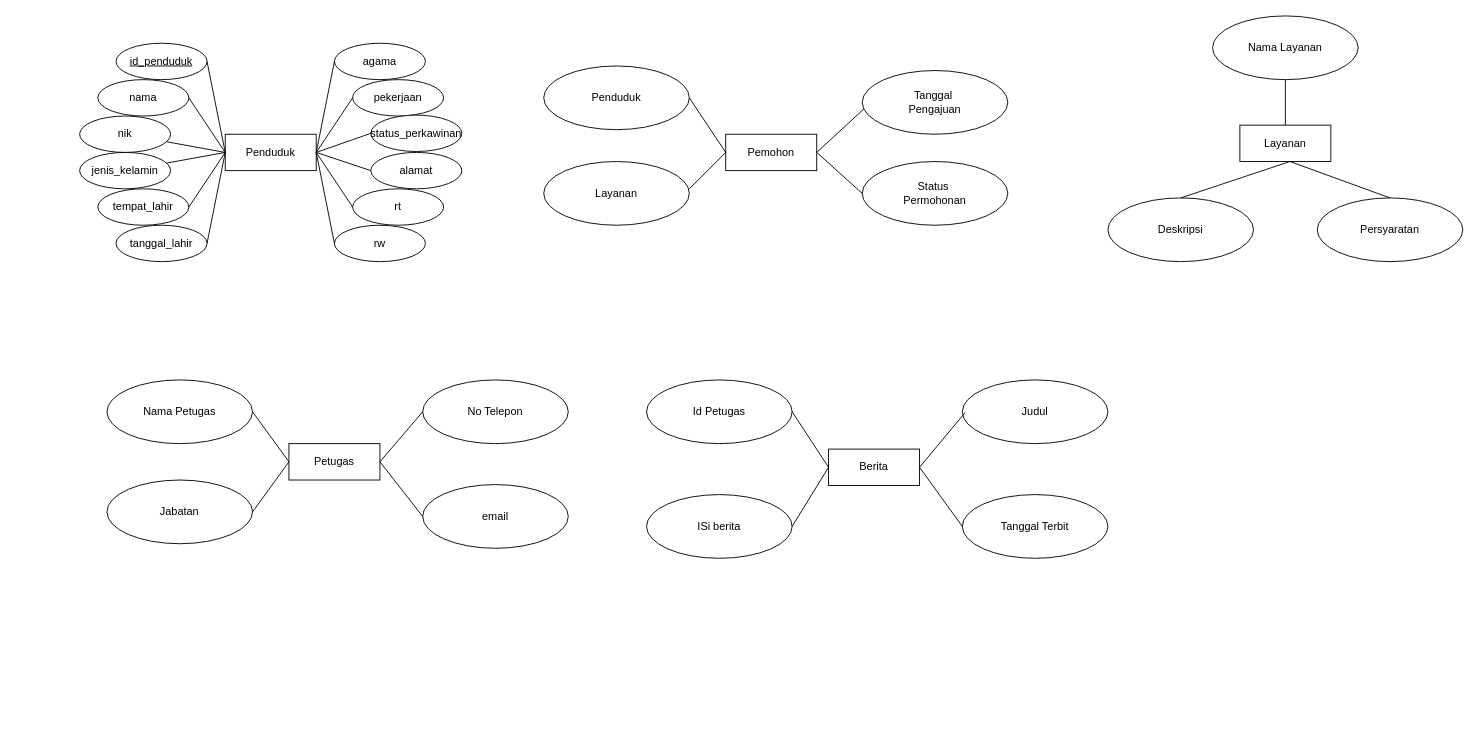
Above: docs/KP-ERD.drawio in SammEccent/Project-KP (draw.io), before the change. Source tidied: cells renumbered, new cells numbered last; positions are measured from the earlier drawing's top-left corner, leaving out a move shared by most shapes. Both pictures are drawn from the tidied source at 91%, with x=0, y=0 at pixel (79, 15).
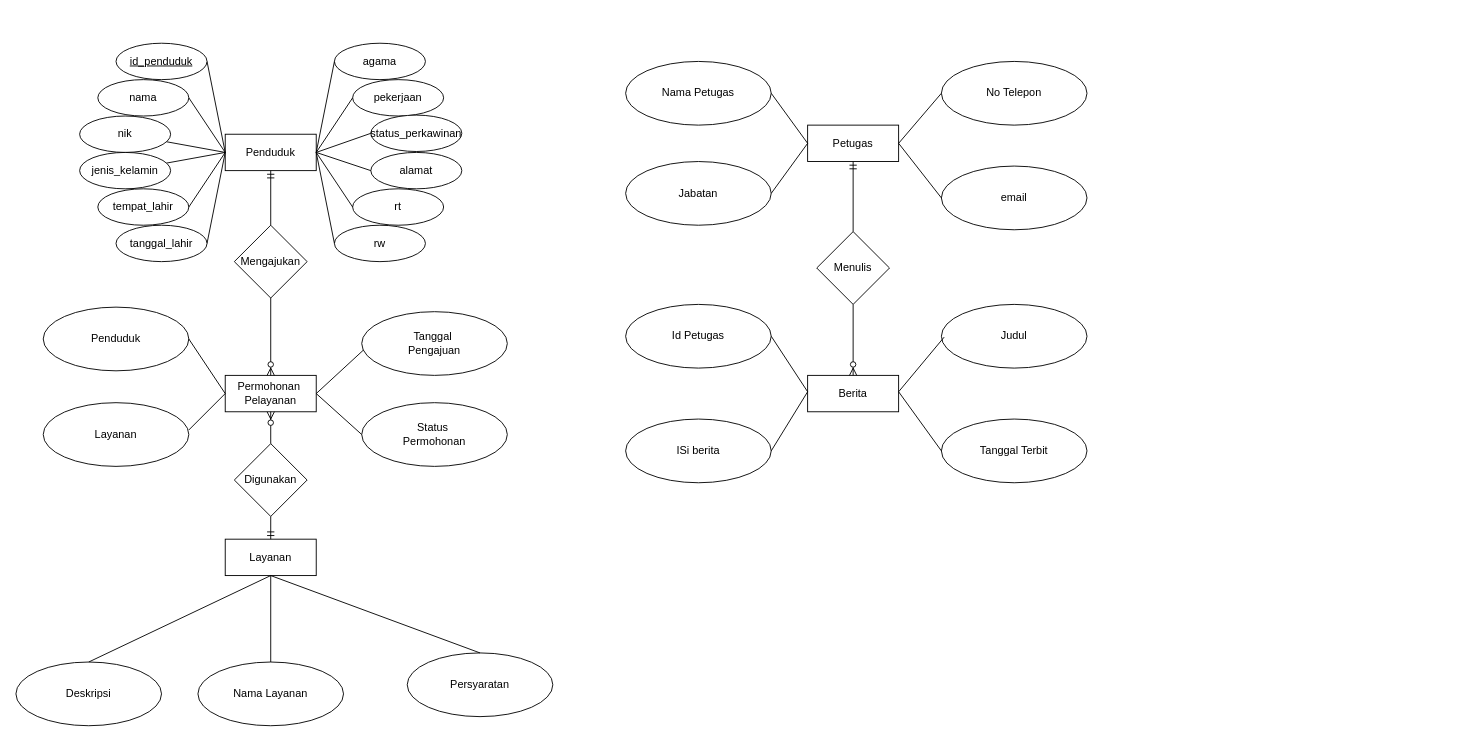
After the change.

Commit message (it also covers changes not shown here):
dwi ngerjain erd

The change refers to these unchanged cells:
```xml
<mxCell id="2" value="Penduduk" style="whiteSpace=wrap;html=1;align=center;" parent="1" vertex="1">
  <mxGeometry x="160" y="130" width="100" height="40" as="geometry" />
</mxCell>
```

The edit, as a diff of the source:
```diff
@@
     <mxCell id="3" value="Layanan" style="whiteSpace=wrap;html=1;align=center;" parent="1" vertex="1">
-      <mxGeometry x="1275" y="120" width="100" height="40" as="geometry" />
+      <mxGeometry x="160" y="575" width="100" height="40" as="geometry" />
     </mxCell>
     <mxCell id="4" value="Petugas" style="whiteSpace=wrap;html=1;align=center;" parent="1" vertex="1">
-      <mxGeometry x="230" y="470" width="100" height="40" as="geometry" />
+      <mxGeometry x="800" y="120" width="100" height="40" as="geometry" />
     </mxCell>
     <mxCell id="5" value="Berita" style="whiteSpace=wrap;html=1;align=center;" parent="1" vertex="1">
-      <mxGeometry x="823" y="476" width="100" height="40" as="geometry" />
+      <mxGeometry x="800" y="395" width="100" height="40" as="geometry" />
     </mxCell>
@@
-    <mxCell id="30" value="Pemohon" style="whiteSpace=wrap;html=1;align=center;" parent="1" vertex="1">
-      <mxGeometry x="710" y="130" width="100" height="40" as="geometry" />
+    <mxCell id="30" value="Permohonan&amp;nbsp;&lt;div&gt;Pelayanan&lt;/div&gt;" style="whiteSpace=wrap;html=1;align=center;" parent="1" vertex="1">
+      <mxGeometry x="160" y="395" width="100" height="40" as="geometry" />
     </mxCell>
     <mxCell id="31" value="Penduduk" style="ellipse;whiteSpace=wrap;html=1;align=center;" parent="1" vertex="1">
-      <mxGeometry x="510" y="55" width="160" height="70" as="geometry" />
+      <mxGeometry x="-40" y="320" width="160" height="70" as="geometry" />
     </mxCell>
     <mxCell id="32" value="Layanan" style="ellipse;whiteSpace=wrap;html=1;align=center;" parent="1" vertex="1">
-      <mxGeometry x="510" y="160" width="160" height="70" as="geometry" />
+      <mxGeometry x="-40" y="425" width="160" height="70" as="geometry" />
     </mxCell>
     <mxCell id="33" value="Tanggal&amp;nbsp;&lt;div&gt;Pengajuan&lt;/div&gt;" style="ellipse;whiteSpace=wrap;html=1;align=center;" parent="1" vertex="1">
-      <mxGeometry x="860" y="60" width="160" height="70" as="geometry" />
+      <mxGeometry x="310" y="325" width="160" height="70" as="geometry" />
     </mxCell>
     <mxCell id="34" value="Status&amp;nbsp;&lt;div&gt;Permohonan&lt;/div&gt;" style="ellipse;whiteSpace=wrap;html=1;align=center;" parent="1" vertex="1">
-      <mxGeometry x="860" y="160" width="160" height="70" as="geometry" />
+      <mxGeometry x="310" y="425" width="160" height="70" as="geometry" />
     </mxCell>
     <mxCell id="35" style="endArrow=none;html=1;rounded=0;entryX=0.013;entryY=0.6;entryDx=0;entryDy=0;entryPerimeter=0;" parent="1" edge="1" target="33">
       <mxGeometry relative="1" as="geometry">
-        <mxPoint x="810" y="150" as="sourcePoint" />
+        <mxPoint x="260" y="415" as="sourcePoint" />
       </mxGeometry>
     </mxCell>
     <mxCell id="36" style="endArrow=none;html=1;rounded=0;entryX=0;entryY=0.5;entryDx=0;entryDy=0;" parent="1" edge="1" target="34">
       <mxGeometry relative="1" as="geometry">
-        <mxPoint x="810" y="150" as="sourcePoint" />
+        <mxPoint x="260" y="415" as="sourcePoint" />
       </mxGeometry>
     </mxCell>
     <mxCell id="37" style="endArrow=none;html=1;rounded=0;entryX=1;entryY=0.5;entryDx=0;entryDy=0;" parent="1" edge="1" target="31">
       <mxGeometry relative="1" as="geometry">
-        <mxPoint x="710" y="150" as="sourcePoint" />
+        <mxPoint x="160" y="415" as="sourcePoint" />
       </mxGeometry>
     </mxCell>
     <mxCell id="38" style="endArrow=none;html=1;rounded=0;" parent="1" edge="1">
       <mxGeometry relative="1" as="geometry">
-        <mxPoint x="670" y="190" as="sourcePoint" />
-        <mxPoint x="710" y="150" as="targetPoint" />
+        <mxPoint x="120" y="455" as="sourcePoint" />
+        <mxPoint x="160" y="415" as="targetPoint" />
       </mxGeometry>
     </mxCell>
     <mxCell id="39" value="Nama Petugas" style="ellipse;whiteSpace=wrap;html=1;align=center;" parent="1" vertex="1">
-      <mxGeometry x="30" y="400" width="160" height="70" as="geometry" />
+      <mxGeometry x="600" y="50" width="160" height="70" as="geometry" />
     </mxCell>
     <mxCell id="40" value="No Telepon" style="ellipse;whiteSpace=wrap;html=1;align=center;" parent="1" vertex="1">
-      <mxGeometry x="377" y="400" width="160" height="70" as="geometry" />
+      <mxGeometry x="947" y="50" width="160" height="70" as="geometry" />
     </mxCell>
     <mxCell id="41" value="Jabatan" style="ellipse;whiteSpace=wrap;html=1;align=center;" parent="1" vertex="1">
-      <mxGeometry x="30" y="510" width="160" height="70" as="geometry" />
+      <mxGeometry x="600" y="160" width="160" height="70" as="geometry" />
     </mxCell>
     <mxCell id="42" value="email" style="ellipse;whiteSpace=wrap;html=1;align=center;" parent="1" vertex="1">
-      <mxGeometry x="377" y="515" width="160" height="70" as="geometry" />
+      <mxGeometry x="947" y="165" width="160" height="70" as="geometry" />
     </mxCell>
     <mxCell id="43" style="endArrow=none;html=1;rounded=0;entryX=0;entryY=0.5;entryDx=0;entryDy=0;" parent="1" edge="1" target="40">
       <mxGeometry relative="1" as="geometry">
-        <mxPoint x="330" y="490" as="sourcePoint" />
+        <mxPoint x="900" y="140" as="sourcePoint" />
       </mxGeometry>
     </mxCell>
     <mxCell id="44" style="endArrow=none;html=1;rounded=0;entryX=0;entryY=0.5;entryDx=0;entryDy=0;" parent="1" edge="1" target="42">
       <mxGeometry relative="1" as="geometry">
-        <mxPoint x="330" y="490" as="sourcePoint" />
+        <mxPoint x="900" y="140" as="sourcePoint" />
       </mxGeometry>
     </mxCell>
     <mxCell id="45" style="endArrow=none;html=1;rounded=0;entryX=1;entryY=0.5;entryDx=0;entryDy=0;" parent="1" edge="1" target="39">
       <mxGeometry relative="1" as="geometry">
-        <mxPoint x="230" y="490" as="sourcePoint" />
+        <mxPoint x="800" y="140" as="sourcePoint" />
       </mxGeometry>
     </mxCell>
     <mxCell id="46" style="endArrow=none;html=1;rounded=0;exitX=1;exitY=0.5;exitDx=0;exitDy=0;" parent="1" edge="1" source="41">
       <mxGeometry relative="1" as="geometry">
-        <mxPoint x="230" y="490" as="targetPoint" />
+        <mxPoint x="800" y="140" as="targetPoint" />
       </mxGeometry>
     </mxCell>
     <mxCell id="47" value="Nama Layanan" style="ellipse;whiteSpace=wrap;html=1;align=center;" parent="1" vertex="1">
-      <mxGeometry x="1245" width="160" height="70" as="geometry" />
+      <mxGeometry x="130" y="710" width="160" height="70" as="geometry" />
     </mxCell>
     <mxCell id="48" value="Persyaratan" style="ellipse;whiteSpace=wrap;html=1;align=center;" parent="1" vertex="1">
-      <mxGeometry x="1360" y="200" width="160" height="70" as="geometry" />
+      <mxGeometry x="360" y="700" width="160" height="70" as="geometry" />
     </mxCell>
     <mxCell id="49" value="Deskripsi" style="ellipse;whiteSpace=wrap;html=1;align=center;" parent="1" vertex="1">
-      <mxGeometry x="1130" y="200" width="160" height="70" as="geometry" />
+      <mxGeometry x="-70" y="710" width="160" height="70" as="geometry" />
     </mxCell>
-    <mxCell id="50" style="endArrow=none;html=1;rounded=0;exitX=0.5;exitY=0;exitDx=0;exitDy=0;" parent="1" edge="1" source="49">
-      <mxGeometry relative="1" as="geometry">
-        <mxPoint x="1330" y="160" as="targetPoint" />
-      </mxGeometry>
+    <mxCell id="50" style="endArrow=none;html=1;rounded=0;exitX=0.5;exitY=0;exitDx=0;exitDy=0;entryX=0.5;entryY=1;entryDx=0;entryDy=0;" parent="1" edge="1" source="49" target="3">
+      <mxGeometry relative="1" as="geometry" />
     </mxCell>
-    <mxCell id="51" style="endArrow=none;html=1;rounded=0;exitX=0.5;exitY=0;exitDx=0;exitDy=0;" parent="1" edge="1" source="48">
-      <mxGeometry relative="1" as="geometry">
-        <mxPoint x="1330" y="160" as="targetPoint" />
-      </mxGeometry>
+    <mxCell id="51" style="endArrow=none;html=1;rounded=0;exitX=0.5;exitY=0;exitDx=0;exitDy=0;entryX=0.5;entryY=1;entryDx=0;entryDy=0;" parent="1" edge="1" source="48" target="3">
+      <mxGeometry relative="1" as="geometry" />
     </mxCell>
     <mxCell id="52" value="Judul" style="ellipse;whiteSpace=wrap;html=1;align=center;" parent="1" vertex="1">
-      <mxGeometry x="970" y="400" width="160" height="70" as="geometry" />
+      <mxGeometry x="947" y="317" width="160" height="70" as="geometry" />
     </mxCell>
     <mxCell id="53" value="Id Petugas" style="ellipse;whiteSpace=wrap;html=1;align=center;" parent="1" vertex="1">
-      <mxGeometry x="623" y="400" width="160" height="70" as="geometry" />
+      <mxGeometry x="600" y="317" width="160" height="70" as="geometry" />
     </mxCell>
     <mxCell id="54" value="ISi berita" style="ellipse;whiteSpace=wrap;html=1;align=center;" parent="1" vertex="1">
-      <mxGeometry x="623" y="526" width="160" height="70" as="geometry" />
+      <mxGeometry x="600" y="443" width="160" height="70" as="geometry" />
     </mxCell>
     <mxCell id="55" value="Tanggal Terbit" style="ellipse;whiteSpace=wrap;html=1;align=center;" parent="1" vertex="1">
-      <mxGeometry x="970" y="526" width="160" height="70" as="geometry" />
+      <mxGeometry x="947" y="443" width="160" height="70" as="geometry" />
     </mxCell>
     <mxCell id="56" style="endArrow=none;html=1;rounded=0;entryX=0.019;entryY=0.514;entryDx=0;entryDy=0;entryPerimeter=0;" parent="1" edge="1" target="52">
       <mxGeometry relative="1" as="geometry">
-        <mxPoint x="923" y="496" as="sourcePoint" />
+        <mxPoint x="900" y="413" as="sourcePoint" />
       </mxGeometry>
     </mxCell>
     <mxCell id="57" style="endArrow=none;html=1;rounded=0;entryX=0;entryY=0.5;entryDx=0;entryDy=0;" parent="1" edge="1" target="55">
       <mxGeometry relative="1" as="geometry">
-        <mxPoint x="923" y="496" as="sourcePoint" />
+        <mxPoint x="900" y="413" as="sourcePoint" />
       </mxGeometry>
     </mxCell>
     <mxCell id="58" style="endArrow=none;html=1;rounded=0;entryX=1;entryY=0.5;entryDx=0;entryDy=0;" parent="1" edge="1" target="53">
       <mxGeometry relative="1" as="geometry">
-        <mxPoint x="823" y="496" as="sourcePoint" />
+        <mxPoint x="800" y="413" as="sourcePoint" />
       </mxGeometry>
     </mxCell>
     <mxCell id="59" style="endArrow=none;html=1;rounded=0;exitX=1;exitY=0.5;exitDx=0;exitDy=0;" parent="1" edge="1" source="54">
       <mxGeometry relative="1" as="geometry">
-        <mxPoint x="823" y="496" as="targetPoint" />
+        <mxPoint x="800" y="413" as="targetPoint" />
       </mxGeometry>
     </mxCell>
-    <mxCell id="60" style="endArrow=none;html=1;rounded=0;" parent="1" edge="1" target="47">
-      <mxGeometry relative="1" as="geometry">
-        <mxPoint x="1325" y="120" as="sourcePoint" />
-      </mxGeometry>
-    </mxCell>
+    <mxCell id="61" style="endArrow=none;html=1;rounded=0;exitX=0.5;exitY=0;exitDx=0;exitDy=0;" parent="1" edge="1" source="47" target="3">
+      <mxGeometry relative="1" as="geometry" />
+    </mxCell>
+    <mxCell id="62" value="Digunakan" style="rhombus;whiteSpace=wrap;html=1;" parent="1" vertex="1">
+      <mxGeometry x="170" y="470" width="80" height="80" as="geometry" />
+    </mxCell>
+    <mxCell id="63" value="Mengajukan" style="rhombus;whiteSpace=wrap;html=1;" parent="1" vertex="1">
+      <mxGeometry x="170" y="230" width="80" height="80" as="geometry" />
+    </mxCell>
+    <mxCell id="64" style="fontSize=12;html=1;endArrow=ERmandOne;rounded=0;entryX=0.5;entryY=1;entryDx=0;entryDy=0;exitX=0.5;exitY=0;exitDx=0;exitDy=0;" parent="1" edge="1" source="63" target="2">
+      <mxGeometry relative="1" as="geometry" />
+    </mxCell>
+    <mxCell id="65" style="fontSize=12;html=1;endArrow=ERzeroToMany;endFill=1;rounded=0;exitX=0.5;exitY=1;exitDx=0;exitDy=0;entryX=0.5;entryY=0;entryDx=0;entryDy=0;" parent="1" edge="1" source="63" target="30">
+      <mxGeometry relative="1" as="geometry" />
+    </mxCell>
+    <mxCell id="66" style="fontSize=12;html=1;endArrow=ERzeroToMany;endFill=1;rounded=0;exitX=0.5;exitY=0;exitDx=0;exitDy=0;entryX=0.5;entryY=1;entryDx=0;entryDy=0;" parent="1" edge="1" source="62" target="30">
+      <mxGeometry relative="1" as="geometry" />
+    </mxCell>
+    <mxCell id="67" style="fontSize=12;html=1;endArrow=ERmandOne;rounded=0;entryX=0.5;entryY=0;entryDx=0;entryDy=0;exitX=0.5;exitY=1;exitDx=0;exitDy=0;" parent="1" edge="1" source="62" target="3">
+      <mxGeometry relative="1" as="geometry" />
+    </mxCell>
+    <mxCell id="68" value="Menulis" style="rhombus;whiteSpace=wrap;html=1;" parent="1" vertex="1">
+      <mxGeometry x="810" y="237" width="80" height="80" as="geometry" />
+    </mxCell>
+    <mxCell id="69" style="fontSize=12;html=1;endArrow=ERzeroToMany;endFill=1;rounded=0;exitX=0.5;exitY=1;exitDx=0;exitDy=0;entryX=0.5;entryY=0;entryDx=0;entryDy=0;" parent="1" edge="1" source="68" target="5">
+      <mxGeometry relative="1" as="geometry" />
+    </mxCell>
+    <mxCell id="70" style="fontSize=12;html=1;endArrow=ERmandOne;rounded=0;exitX=0.5;exitY=0;exitDx=0;exitDy=0;entryX=0.5;entryY=1;entryDx=0;entryDy=0;" parent="1" edge="1" source="68" target="4">
+      <mxGeometry relative="1" as="geometry" />
+    </mxCell>
```
